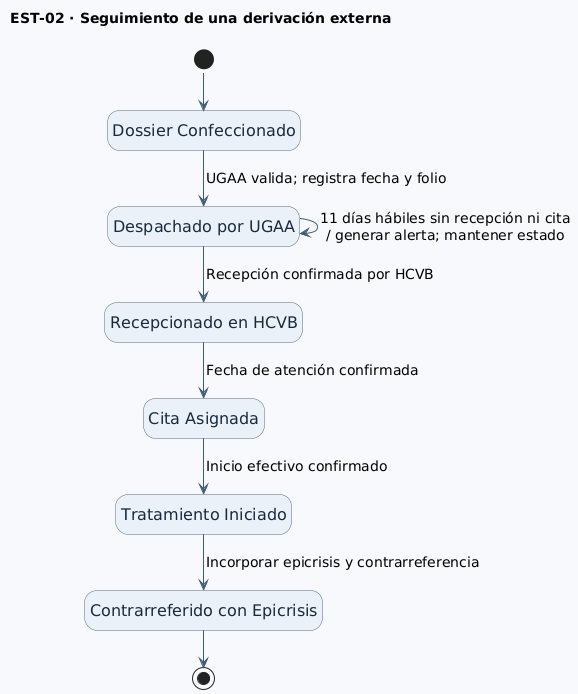
br1fz/OncoTrace keeps this PlantUML diagram as diagramas/EST-02-DossierDigitalDerivacion.png. Above is the earlier version. Source of this version:
```plantuml
@startuml EST-02-DossierDigitalDerivacion
!pragma layout smetana
top to bottom direction
hide empty description
skinparam shadowing false
skinparam backgroundColor #F7F9FC
skinparam defaultFontName SansSerif
skinparam stateFontSize 16
skinparam stateArrowFontSize 14
skinparam state {
  BackgroundColor #EAF1F8
  BorderColor #526B87
  FontColor #172A40
  ArrowColor #425B78
  StartColor #526B87
  EndColor #526B87
}
title EST-02 · Seguimiento de una derivación externa

[*] --> Confeccionado
state "Dossier Confeccionado" as Confeccionado
state "Despachado por UGAA" as Despachado
state "Recepcionado en HCVB" as Recepcionado
state "Cita Asignada" as Cita
state "Tratamiento Iniciado" as Tratamiento
state "Contrarreferido con Epicrisis" as Contrarreferido

Confeccionado --> Despachado : UGAA valida; registra fecha y folio
Despachado --> Recepcionado : Recepción confirmada por HCVB
Despachado --> Despachado : 11 días hábiles sin recepción ni cita\n/ generar alerta; mantener estado
Recepcionado --> Cita : Fecha de atención confirmada
Cita --> Tratamiento : Inicio efectivo confirmado
Tratamiento --> Contrarreferido : Incorporar epicrisis y contrarreferencia
Contrarreferido --> [*]
@enduml
```
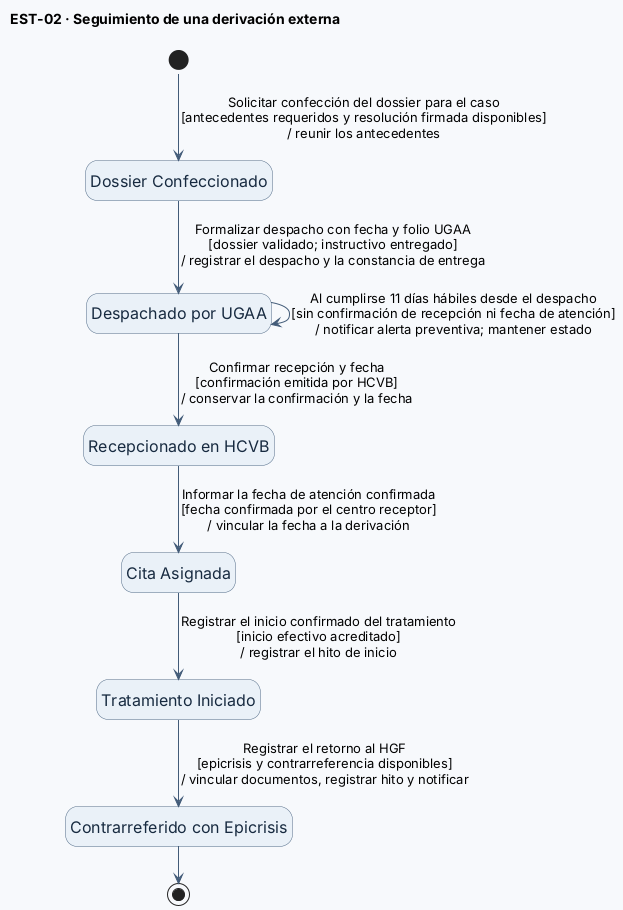
The same file after the commit.

The edit, as a diff of the source:
```diff
@@ -6,7 +6,7 @@
 skinparam backgroundColor #F7F9FC
 skinparam defaultFontName SansSerif
 skinparam stateFontSize 16
-skinparam stateArrowFontSize 14
+skinparam stateArrowFontSize 13
 skinparam state {
   BackgroundColor #EAF1F8
   BorderColor #526B87
@@ -17,7 +17,7 @@
 }
 title EST-02 · Seguimiento de una derivación externa
 
-[*] --> Confeccionado
+[*] --> Confeccionado : Solicitar confección del dossier para el caso\n[antecedentes requeridos y resolución firmada disponibles]\n/ reunir los antecedentes
 state "Dossier Confeccionado" as Confeccionado
 state "Despachado por UGAA" as Despachado
 state "Recepcionado en HCVB" as Recepcionado
@@ -25,11 +25,11 @@
 state "Tratamiento Iniciado" as Tratamiento
 state "Contrarreferido con Epicrisis" as Contrarreferido
 
-Confeccionado --> Despachado : UGAA valida; registra fecha y folio
-Despachado --> Recepcionado : Recepción confirmada por HCVB
-Despachado --> Despachado : 11 días hábiles sin recepción ni cita\n/ generar alerta; mantener estado
-Recepcionado --> Cita : Fecha de atención confirmada
-Cita --> Tratamiento : Inicio efectivo confirmado
-Tratamiento --> Contrarreferido : Incorporar epicrisis y contrarreferencia
+Confeccionado --> Despachado : Formalizar despacho con fecha y folio UGAA\n[dossier validado; instructivo entregado]\n/ registrar el despacho y la constancia de entrega
+Despachado --> Recepcionado : Confirmar recepción y fecha\n[confirmación emitida por HCVB]\n/ conservar la confirmación y la fecha
+Despachado --> Despachado : Al cumplirse 11 días hábiles desde el despacho\n[sin confirmación de recepción ni fecha de atención]\n/ notificar alerta preventiva; mantener estado
+Recepcionado --> Cita : Informar la fecha de atención confirmada\n[fecha confirmada por el centro receptor]\n/ vincular la fecha a la derivación
+Cita --> Tratamiento : Registrar el inicio confirmado del tratamiento\n[inicio efectivo acreditado]\n/ registrar el hito de inicio
+Tratamiento --> Contrarreferido : Registrar el retorno al HGF\n[epicrisis y contrarreferencia disponibles]\n/ vincular documentos, registrar hito y notificar
 Contrarreferido --> [*]
 @enduml
```
